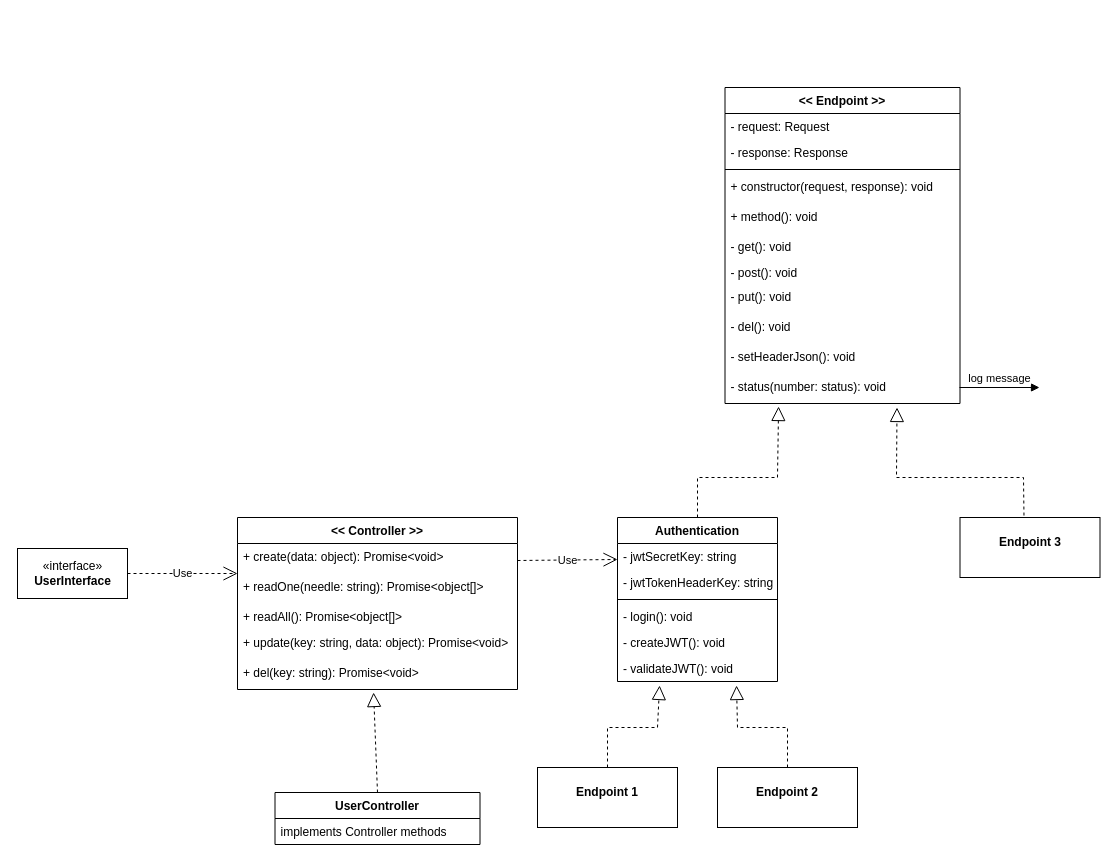
The draw.io diagram docs/endpoints.drawio in syr0s/tubester-restful-api, before the edit. Source tidied: cells renumbered, new cells numbered last; positions are measured from the earlier drawing's top-left corner, leaving out a move shared by most shapes. Both pictures are drawn from the tidied source at 100%, with x=0, y=0 at pixel (17, 87).
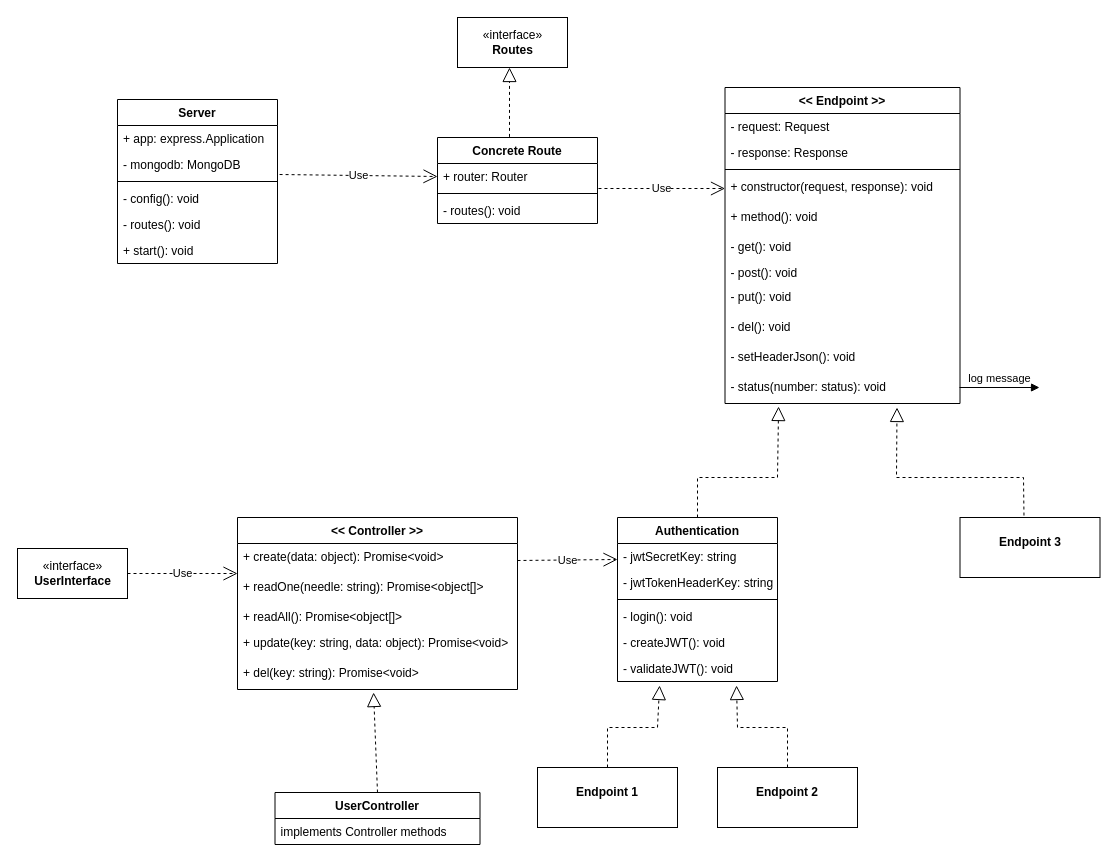
The same diagram, later.

Commit message (it also covers changes not shown here):
feat: :sparkles: using dedicated router classes

Unchanged cells that the change refers to:
```xml
<mxCell id="6" value="+ constructor(request, response): void" style="text;strokeColor=none;fillColor=none;align=left;verticalAlign=top;spacingLeft=4;spacingRight=4;overflow=hidden;points=[[0,0.5],[1,0.5]];portConstraint=eastwest;" parent="2" vertex="1">
  <mxGeometry y="86" width="235" height="30" as="geometry" />
</mxCell>
```

What changed in the source:
```diff
@@
+    <mxCell id="41" value="Concrete Route" style="swimlane;fontStyle=1;align=center;verticalAlign=top;horizontal=1;startSize=26;" parent="1" vertex="1">
+      <mxGeometry x="420" y="50" width="160" height="86" as="geometry" />
+    </mxCell>
+    <mxCell id="42" value="+ router: Router" style="text;strokeColor=none;fillColor=none;align=left;verticalAlign=top;spacingLeft=4;spacingRight=4;overflow=hidden;points=[[0,0.5],[1,0.5]];portConstraint=eastwest;" parent="41" vertex="1">
+      <mxGeometry y="26" width="160" height="26" as="geometry" />
+    </mxCell>
+    <mxCell id="43" style="line;strokeWidth=1;fillColor=none;align=left;verticalAlign=middle;spacingTop=-1;spacingLeft=3;spacingRight=3;labelPosition=right;" parent="41" vertex="1">
+      <mxGeometry y="52" width="160" height="8" as="geometry" />
+    </mxCell>
+    <mxCell id="44" value="- routes(): void" style="text;strokeColor=none;fillColor=none;align=left;verticalAlign=top;spacingLeft=4;spacingRight=4;overflow=hidden;" parent="41" vertex="1">
+      <mxGeometry y="60" width="160" height="26" as="geometry" />
+    </mxCell>
+    <mxCell id="45" value="«interface»&lt;br&gt;&lt;b&gt;Routes&lt;/b&gt;" style="html=1;" parent="1" vertex="1">
+      <mxGeometry x="440" y="-70" width="110" height="50" as="geometry" />
+    </mxCell>
+    <mxCell id="46" value="Use" style="endArrow=open;endSize=12;dashed=1;html=1;rounded=0;exitX=1.006;exitY=0.962;exitDx=0;exitDy=0;exitPerimeter=0;entryX=0;entryY=0.5;entryDx=0;entryDy=0;" parent="1" edge="1" source="42" target="6">
+      <mxGeometry relative="1" as="geometry" />
+    </mxCell>
+    <mxCell id="47" style="endArrow=block;dashed=1;endFill=0;endSize=12;html=1;rounded=0;exitX=0.45;exitY=-0.007;exitDx=0;exitDy=0;exitPerimeter=0;" parent="1" edge="1" source="41">
+      <mxGeometry relative="1" as="geometry">
+        <mxPoint x="492" y="-20" as="targetPoint" />
+      </mxGeometry>
+    </mxCell>
+    <mxCell id="48" value="Server" style="swimlane;fontStyle=1;align=center;verticalAlign=top;horizontal=1;startSize=26;" parent="1" vertex="1">
+      <mxGeometry x="100" y="12" width="160" height="164" as="geometry" />
+    </mxCell>
+    <mxCell id="49" value="+ app: express.Application" style="text;strokeColor=none;fillColor=none;align=left;verticalAlign=top;spacingLeft=4;spacingRight=4;overflow=hidden;" parent="48" vertex="1">
+      <mxGeometry y="26" width="160" height="26" as="geometry" />
+    </mxCell>
+    <mxCell id="50" value="- mongodb: MongoDB" style="text;strokeColor=none;fillColor=none;align=left;verticalAlign=top;spacingLeft=4;spacingRight=4;overflow=hidden;points=[[0,0.5],[1,0.5]];portConstraint=eastwest;" parent="48" vertex="1">
+      <mxGeometry y="52" width="160" height="26" as="geometry" />
+    </mxCell>
+    <mxCell id="51" style="line;strokeWidth=1;fillColor=none;align=left;verticalAlign=middle;spacingTop=-1;spacingLeft=3;spacingRight=3;labelPosition=right;" parent="48" vertex="1">
+      <mxGeometry y="78" width="160" height="8" as="geometry" />
+    </mxCell>
+    <mxCell id="52" value="- config(): void" style="text;strokeColor=none;fillColor=none;align=left;verticalAlign=top;spacingLeft=4;spacingRight=4;overflow=hidden;" parent="48" vertex="1">
+      <mxGeometry y="86" width="160" height="26" as="geometry" />
+    </mxCell>
+    <mxCell id="53" value="- routes(): void" style="text;strokeColor=none;fillColor=none;align=left;verticalAlign=top;spacingLeft=4;spacingRight=4;overflow=hidden;" parent="48" vertex="1">
+      <mxGeometry y="112" width="160" height="26" as="geometry" />
+    </mxCell>
+    <mxCell id="54" value="+ start(): void" style="text;strokeColor=none;fillColor=none;align=left;verticalAlign=top;spacingLeft=4;spacingRight=4;overflow=hidden;" parent="48" vertex="1">
+      <mxGeometry y="138" width="160" height="26" as="geometry" />
+    </mxCell>
+    <mxCell id="55" value="Use" style="endArrow=open;endSize=12;dashed=1;html=1;rounded=0;entryX=0;entryY=0.5;entryDx=0;entryDy=0;exitX=1.013;exitY=0.885;exitDx=0;exitDy=0;exitPerimeter=0;" parent="1" edge="1" source="50" target="42">
+      <mxGeometry relative="1" as="geometry" />
+    </mxCell>
```
